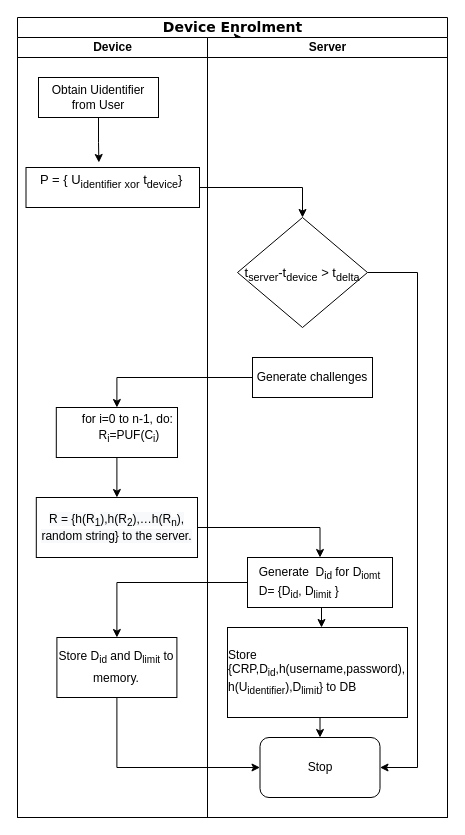
Earlier version of the draw.io diagram Device_Enrolment.drawio (vivinkrishnan/drawio). Source tidied: cells renumbered, new cells numbered last; positions are measured from the earlier drawing's top-left corner, leaving out a move shared by most shapes. Both pictures are drawn from the tidied source at 100%, with x=0, y=0 at pixel (17, 17).
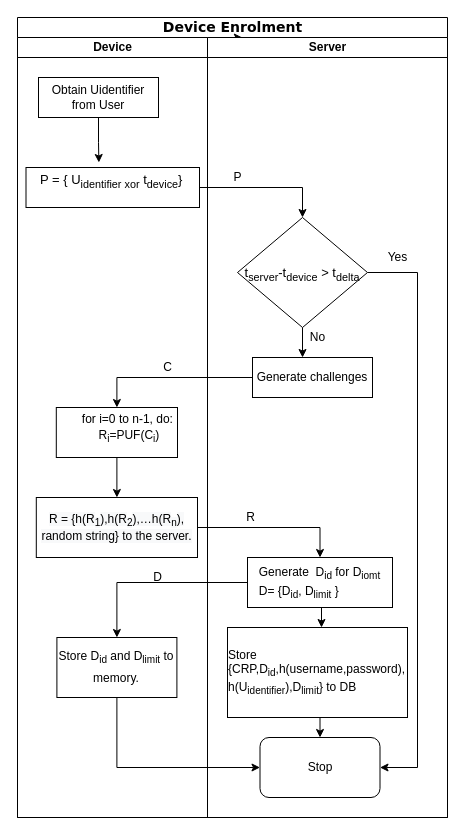
The same page after the edit.

Unchanged cells that the change refers to:
```xml
<mxCell id="12" value="Server" style="swimlane;html=1;startSize=20;" parent="2" vertex="1">
  <mxGeometry x="190" y="20" width="240" height="780" as="geometry" />
</mxCell>
<mxCell id="14" value="&lt;font style=&quot;font-size: 13px&quot;&gt;t&lt;sub&gt;server&lt;/sub&gt;-t&lt;sub&gt;device&lt;/sub&gt; &amp;gt; t&lt;sub&gt;delta&lt;/sub&gt;&lt;/font&gt;&lt;span style=&quot;font-size: medium&quot;&gt;&lt;/span&gt;" style="rhombus;whiteSpace=wrap;html=1;" parent="12" vertex="1">
  <mxGeometry x="30" y="180" width="130" height="110" as="geometry" />
</mxCell>
<mxCell id="15" value="Generate challenges" style="rounded=0;whiteSpace=wrap;html=1;" parent="12" vertex="1">
  <mxGeometry x="45" y="320" width="120" height="40" as="geometry" />
</mxCell>
```

The edit, as a diff of the source:
```diff
@@
+    <mxCell id="26" style="edgeStyle=orthogonalEdgeStyle;rounded=0;jettySize=auto;html=1;entryX=0.417;entryY=0;entryDx=0;entryDy=0;entryPerimeter=0;" parent="12" edge="1" source="14" target="15">
+      <mxGeometry relative="1" as="geometry" />
+    </mxCell>
@@
+    <mxCell id="27" value="R" style="text;html=1;align=center;verticalAlign=middle;" parent="12" vertex="1">
+      <mxGeometry x="32.5" y="470" width="20" height="20" as="geometry" />
+    </mxCell>
@@
+    <mxCell id="28" value="Yes" style="text;html=1;align=center;verticalAlign=middle;" parent="1" vertex="1">
+      <mxGeometry x="360" y="230" width="40" height="20" as="geometry" />
+    </mxCell>
+    <mxCell id="29" value="P" style="text;html=1;align=center;verticalAlign=middle;" parent="1" vertex="1">
+      <mxGeometry x="210" y="150" width="20" height="20" as="geometry" />
+    </mxCell>
+    <mxCell id="30" value="No" style="text;html=1;align=center;verticalAlign=middle;" parent="1" vertex="1">
+      <mxGeometry x="285" y="310" width="30" height="20" as="geometry" />
+    </mxCell>
+    <mxCell id="31" value="C" style="text;html=1;align=center;verticalAlign=middle;" parent="1" vertex="1">
+      <mxGeometry x="140" y="340" width="20" height="20" as="geometry" />
+    </mxCell>
+    <mxCell id="32" value="D" style="text;html=1;align=center;verticalAlign=middle;" parent="1" vertex="1">
+      <mxGeometry x="130" y="550" width="20" height="20" as="geometry" />
+    </mxCell>
```
